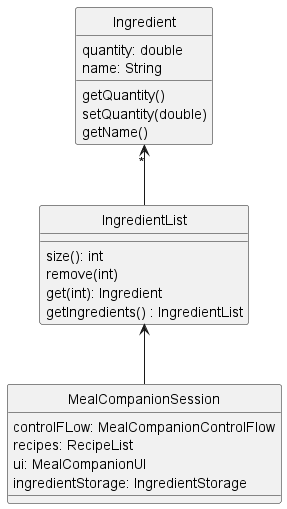
nus-cs2113-AY2223S2/tp keeps this PlantUML diagram as docs/images/IngredientUML.png. Above is the earlier version.
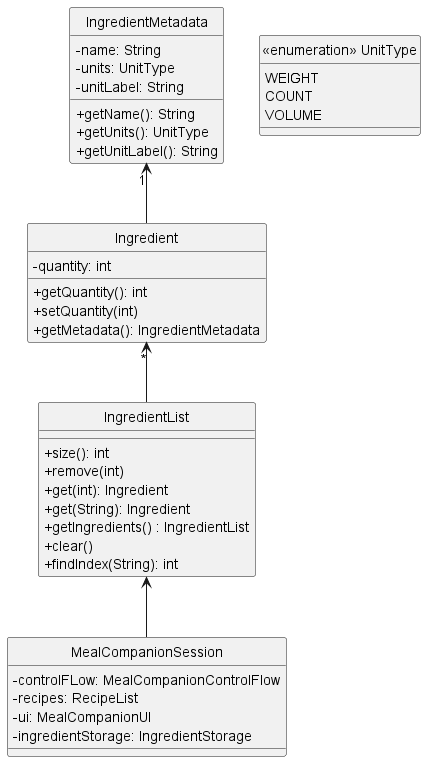
After the change.

Change to the diagram source:
```diff
@@ -1,30 +1,49 @@
 @startuml
+!include Style.puml
 
 IngredientList <-- MealCompanionSession
 Ingredient "*" <-- IngredientList
+IngredientMetadata "1" <-- Ingredient
 hide circle
 
+enum "<<enumeration>> UnitType" {
+WEIGHT
+COUNT
+VOLUME
+}
+
+class IngredientMetadata {
+-name: String
+-units: UnitType
+-unitLabel: String
++getName(): String
++getUnits(): UnitType
++getUnitLabel(): String
+}
+
 class Ingredient {
-quantity: double
-name: String
-getQuantity()
-setQuantity(double)
-getName()
+-quantity: int
++getQuantity(): int
++setQuantity(int)
++getMetadata(): IngredientMetadata
 }
 
 class IngredientList {
 
-size(): int
-remove(int)
-get(int): Ingredient
-getIngredients() : IngredientList
++size(): int
++remove(int)
++get(int): Ingredient
++get(String): Ingredient
++getIngredients() : IngredientList
++clear()
++findIndex(String): int
 }
 
 Class MealCompanionSession {
- controlFLow: MealCompanionControlFlow
- recipes: RecipeList
- ui: MealCompanionUI
- ingredientStorage: IngredientStorage
+ -controlFLow: MealCompanionControlFlow
+ -recipes: RecipeList
+ -ui: MealCompanionUI
+ -ingredientStorage: IngredientStorage
 
 }
 
```
